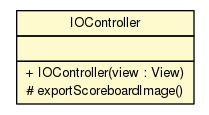
Above: documentation/api-javadoc/thmuggleton/controller/IOController.png in thmuggleton/bowling-desktop (Graphviz), before the change. Its source is kept beside it as documentation/api-javadoc/thmuggleton/controller/IOController.dot. The source it was exported from:
```dot

digraph G {
	edge [fontname="Helvetica",fontsize=10,labelfontname="Helvetica",labelfontsize=10];
	node [fontname="Helvetica",fontsize=10,shape=plaintext];
	nodesep=0.25;
	ranksep=0.5;
	c452 [label=<<table title="thmuggleton.controller.IOController" border="0" cellborder="1" cellspacing="0" cellpadding="2" port="p" bgcolor="lemonChiffon" href="./IOController.html">
		<tr><td><table border="0" cellspacing="0" cellpadding="1">
<tr><td align="center" balign="center"> IOController </td></tr>
		</table></td></tr>
		<tr><td><table border="0" cellspacing="0" cellpadding="1">
<tr><td align="left" balign="left">  </td></tr>
		</table></td></tr>
		<tr><td><table border="0" cellspacing="0" cellpadding="1">
<tr><td align="left" balign="left"> + IOController(view : View) </td></tr>
<tr><td align="left" balign="left"> # exportScoreboardImage() </td></tr>
		</table></td></tr>
		</table>>, URL="./IOController.html", fontname="Helvetica", fontcolor="black", fontsize=10.0];
}
```
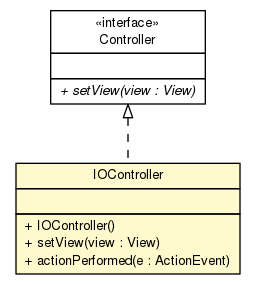
After the change.

The edit, as a diff of the source:
```diff
@@ -4,7 +4,7 @@
 	node [fontname="Helvetica",fontsize=10,shape=plaintext];
 	nodesep=0.25;
 	ranksep=0.5;
-	c452 [label=<<table title="thmuggleton.controller.IOController" border="0" cellborder="1" cellspacing="0" cellpadding="2" port="p" bgcolor="lemonChiffon" href="./IOController.html">
+	c517 [label=<<table title="thmuggleton.controller.IOController" border="0" cellborder="1" cellspacing="0" cellpadding="2" port="p" bgcolor="lemonChiffon" href="./IOController.html">
 		<tr><td><table border="0" cellspacing="0" cellpadding="1">
 <tr><td align="center" balign="center"> IOController </td></tr>
 		</table></td></tr>
@@ -12,8 +12,22 @@
 <tr><td align="left" balign="left">  </td></tr>
 		</table></td></tr>
 		<tr><td><table border="0" cellspacing="0" cellpadding="1">
-<tr><td align="left" balign="left"> + IOController(view : View) </td></tr>
-<tr><td align="left" balign="left"> # exportScoreboardImage() </td></tr>
+<tr><td align="left" balign="left"> + IOController() </td></tr>
+<tr><td align="left" balign="left"> + setView(view : View) </td></tr>
+<tr><td align="left" balign="left"> + actionPerformed(e : ActionEvent) </td></tr>
 		</table></td></tr>
 		</table>>, URL="./IOController.html", fontname="Helvetica", fontcolor="black", fontsize=10.0];
+	c518 [label=<<table title="thmuggleton.controller.Controller" border="0" cellborder="1" cellspacing="0" cellpadding="2" port="p" href="./Controller.html">
+		<tr><td><table border="0" cellspacing="0" cellpadding="1">
+<tr><td align="center" balign="center"> &#171;interface&#187; </td></tr>
+<tr><td align="center" balign="center"> Controller </td></tr>
+		</table></td></tr>
+		<tr><td><table border="0" cellspacing="0" cellpadding="1">
+<tr><td align="left" balign="left">  </td></tr>
+		</table></td></tr>
+		<tr><td><table border="0" cellspacing="0" cellpadding="1">
+<tr><td align="left" balign="left"><font face="Helvetica-Oblique" point-size="10.0"> + setView(view : View) </font></td></tr>
+		</table></td></tr>
+		</table>>, URL="./Controller.html", fontname="Helvetica", fontcolor="black", fontsize=10.0];
+	c518:p -> c517:p [dir=back,arrowtail=empty,style=dashed];
 }
```
